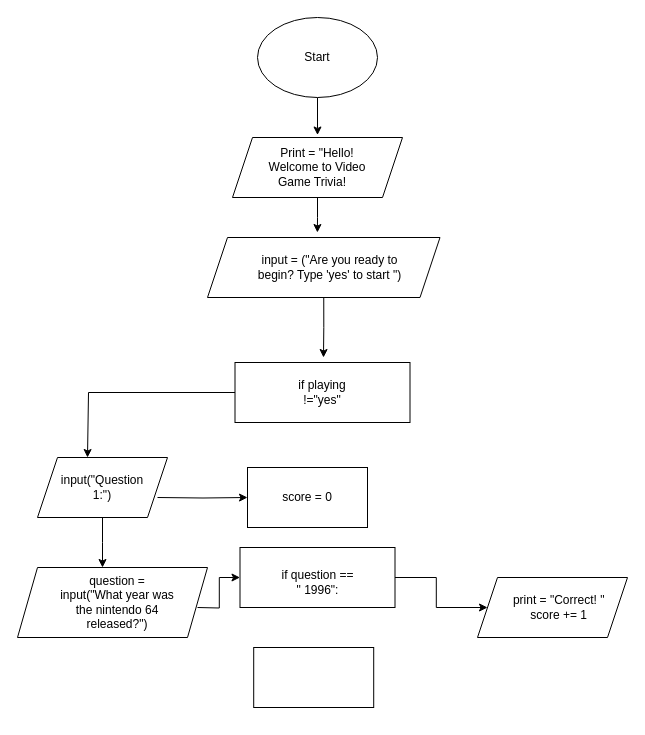
The draw.io diagram Untitled Diagram.drawio in Amyleep97/AmyPearce_T1A3, before the edit. Source tidied: cells renumbered, new cells numbered last; positions are measured from the earlier drawing's top-left corner, leaving out a move shared by most shapes. Both pictures are drawn from the tidied source at 100%, with x=0, y=0 at pixel (17, 17).
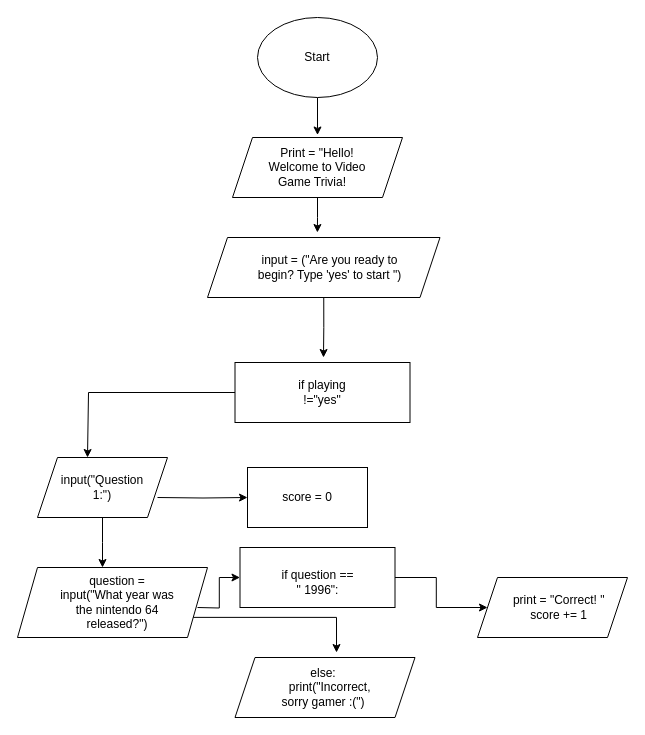
The same page after the edit.

The change refers to these unchanged cells:
```xml
<mxCell id="21" style="shape=parallelogram;perimeter=parallelogramPerimeter;whiteSpace=wrap;html=1;fixedSize=1;" parent="1" vertex="1">
  <mxGeometry y="550" width="190" height="70" as="geometry" />
</mxCell>
```

What changed in the source:
```diff
@@
-    <mxCell id="28" style="rounded=0;whiteSpace=wrap;html=1;" parent="1" vertex="1">
-      <mxGeometry x="236.2" y="630" width="120" height="60" as="geometry" />
-    </mxCell>
+    <mxCell id="29" style="shape=parallelogram;perimeter=parallelogramPerimeter;whiteSpace=wrap;html=1;fixedSize=1;" parent="1" vertex="1">
+      <mxGeometry x="217.5" y="640" width="180" height="60" as="geometry" />
+    </mxCell>
+    <mxCell id="30" value="&lt;div&gt;else:&lt;/div&gt;&lt;div&gt;&amp;nbsp; &amp;nbsp; print(&quot;Incorrect, sorry gamer :(&quot;)&lt;/div&gt;" style="text;html=1;align=center;verticalAlign=middle;whiteSpace=wrap;rounded=0;" parent="1" vertex="1">
+      <mxGeometry x="246.2" y="655" width="120" height="30" as="geometry" />
+    </mxCell>
+    <mxCell id="31" style="edgeStyle=orthogonalEdgeStyle;rounded=0;jettySize=auto;html=1;exitX=1;exitY=0.75;exitDx=0;exitDy=0;entryX=0.564;entryY=-0.083;entryDx=0;entryDy=0;entryPerimeter=0;" parent="1" edge="1" source="21" target="29">
+      <mxGeometry relative="1" as="geometry" />
+    </mxCell>
```
